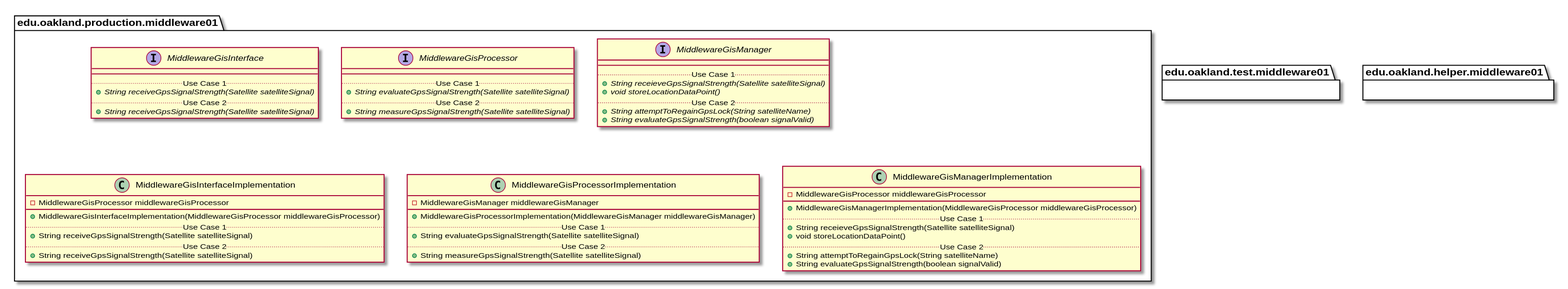
The PlantUML diagram docs/uml-class-diagrams/middleware01/Middleware01Packages.svg in andrewdimmer/csi-3370-software-project, before a commit.
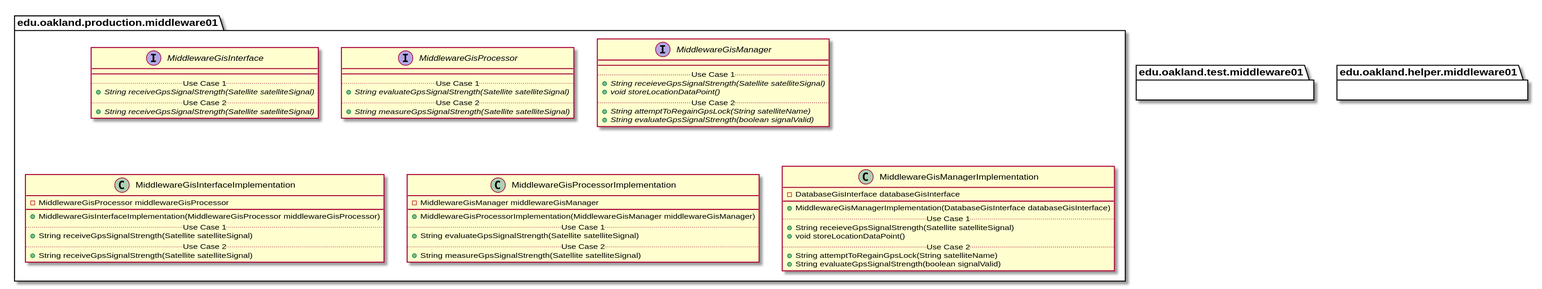
The same file after the commit.

Change to the diagram source:
```diff
@@ -1,191 +1,96 @@
 @startuml Middleware01Packages
-
-
-
 
 
 package edu.oakland.production.middleware01 {
 
-
-
 }
 
 
-
+package edu.oakland.production.middleware01 {
+    interface MiddlewareGisInterface {
+        __
+        .. Use Case 1 ..
+        {abstract} + String receiveGpsSignalStrength(Satellite satelliteSignal)
+        .. Use Case 2 ..
+        {abstract} + String receiveGpsSignalStrength(Satellite satelliteSignal)
+    }
+}
 
 
 package edu.oakland.production.middleware01 {
-
-    interface MiddlewareGisInterface {
-
+    interface MiddlewareGisProcessor {
         __
-
         .. Use Case 1 ..
-
-        {abstract} + String receiveGpsSignalStrength(Satellite satelliteSignal)
-
+        {abstract} + String evaluateGpsSignalStrength(Satellite satelliteSignal)
         .. Use Case 2 ..
-
-        {abstract} + String receiveGpsSignalStrength(Satellite satelliteSignal)
-
+        {abstract} + String measureGpsSignalStrength(Satellite satelliteSignal)
     }
-
 }
 
 
-
+package edu.oakland.production.middleware01 {
+    interface MiddlewareGisManager {
+        __
+        .. Use Case 1 ..
+        {abstract} + String receieveGpsSignalStrength(Satellite satelliteSignal)
+        {abstract} + void storeLocationDataPoint()
+        .. Use Case 2 ..
+        {abstract} + String attemptToRegainGpsLock(String satelliteName)
+        {abstract} + String evaluateGpsSignalStrength(boolean signalValid)
+    }
+}
 
 
 package edu.oakland.production.middleware01 {
-
-    interface MiddlewareGisProcessor {
-
+    class MiddlewareGisInterfaceImplementation {
+        - MiddlewareGisProcessor middlewareGisProcessor
         __
-
+        + MiddlewareGisInterfaceImplementation(MiddlewareGisProcessor middlewareGisProcessor)
         .. Use Case 1 ..
-
-        {abstract} + String evaluateGpsSignalStrength(Satellite satelliteSignal)
-
+        + String receiveGpsSignalStrength(Satellite satelliteSignal)
         .. Use Case 2 ..
-
-        {abstract} + String measureGpsSignalStrength(Satellite satelliteSignal)
-
+        + String receiveGpsSignalStrength(Satellite satelliteSignal)
     }
-
 }
 
 
-
+package edu.oakland.production.middleware01 {
+    class MiddlewareGisProcessorImplementation {
+        - MiddlewareGisManager middlewareGisManager
+        __
+        + MiddlewareGisProcessorImplementation(MiddlewareGisManager middlewareGisManager)
+        .. Use Case 1 ..
+        + String evaluateGpsSignalStrength(Satellite satelliteSignal)
+        .. Use Case 2 ..
+        + String measureGpsSignalStrength(Satellite satelliteSignal)
+    }
+}
 
 
 package edu.oakland.production.middleware01 {
-
-    interface MiddlewareGisManager {
-
+    class MiddlewareGisManagerImplementation {
+        - DatabaseGisInterface databaseGisInterface
         __
-
+        + MiddlewareGisManagerImplementation(DatabaseGisInterface databaseGisInterface)
         .. Use Case 1 ..
-
-        {abstract} + String receieveGpsSignalStrength(Satellite satelliteSignal)
-
-        {abstract} + void storeLocationDataPoint()
-
+        + String receieveGpsSignalStrength(Satellite satelliteSignal)
+        + void storeLocationDataPoint()
         .. Use Case 2 ..
-
-        {abstract} + String attemptToRegainGpsLock(String satelliteName)
-
-        {abstract} + String evaluateGpsSignalStrength(boolean signalValid)
-
+        + String attemptToRegainGpsLock(String satelliteName)
+        + String evaluateGpsSignalStrength(boolean signalValid)
     }
-
 }
-
-
-
-
-
-package edu.oakland.production.middleware01 {
-
-    class MiddlewareGisInterfaceImplementation {
-
-        - MiddlewareGisProcessor middlewareGisProcessor
-
-        __
-
-        + MiddlewareGisInterfaceImplementation(MiddlewareGisProcessor middlewareGisProcessor)
-
-        .. Use Case 1 ..
-
-        + String receiveGpsSignalStrength(Satellite satelliteSignal)
-
-        .. Use Case 2 ..
-
-        + String receiveGpsSignalStrength(Satellite satelliteSignal)
-
-    }
-
-}
-
-
-
-
-
-package edu.oakland.production.middleware01 {
-
-    class MiddlewareGisProcessorImplementation {
-
-        - MiddlewareGisManager middlewareGisManager
-
-        __
-
-        + MiddlewareGisProcessorImplementation(MiddlewareGisManager middlewareGisManager)
-
-        .. Use Case 1 ..
-
-        + String evaluateGpsSignalStrength(Satellite satelliteSignal)
-
-        .. Use Case 2 ..
-
-        + String measureGpsSignalStrength(Satellite satelliteSignal)
-
-    }
-
-}
-
-
-
-
-
-package edu.oakland.production.middleware01 {
-
-    class MiddlewareGisManagerImplementation {
-
-        - MiddlewareGisProcessor middlewareGisProcessor
-
-        __
-
-        + MiddlewareGisManagerImplementation(MiddlewareGisProcessor middlewareGisProcessor)
-
-        .. Use Case 1 ..
-
-        + String receieveGpsSignalStrength(Satellite satelliteSignal)
-
-        + void storeLocationDataPoint()
-
-        .. Use Case 2 ..
-
-        + String attemptToRegainGpsLock(String satelliteName)
-
-        + String evaluateGpsSignalStrength(boolean signalValid)
-
-    }
-
-}
-
-
-
-
 
 
 
 package edu.oakland.test.middleware01 {
 
+}
 
+
+package edu.oakland.helper.middleware01 {
 
 }
 
 
-
-
-
-package edu.oakland.helper.middleware01 {
-
-
-
-}
-
-
-
-
-
 @enduml
```
